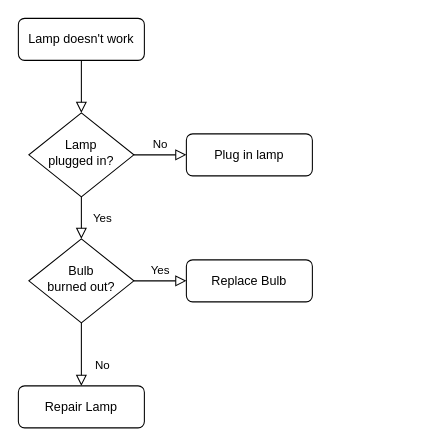
jongoh-lee/philo keeps this draw.io diagram as philo_bonus/철학자 보너스.drawio. Above is the earlier version. Source tidied: cells renumbered, new cells numbered last; positions are measured from the earlier drawing's top-left corner, leaving out a move shared by most shapes. Both pictures are drawn from the tidied source at 105%, with x=0, y=0 at pixel (18, 18).
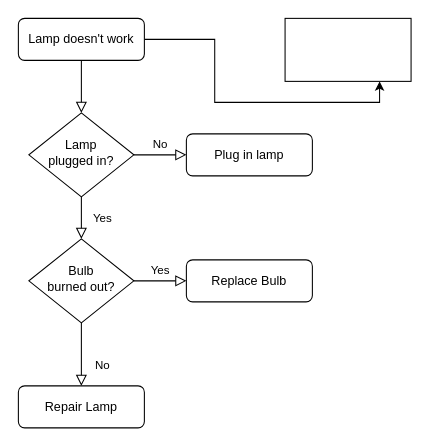
The same diagram, later.

Commit message:
철학자 보너스.drawio 업데이트

Diff of the diagram source:
```diff
@@
 <mxGraphModel>
   <root>
     <mxCell id="0" />
     <mxCell id="1" parent="0" />
     <mxCell id="2" style="rounded=0;html=1;jettySize=auto;fontSize=11;endArrow=block;endFill=0;endSize=8;strokeWidth=1;shadow=0;labelBackgroundColor=none;edgeStyle=orthogonalEdgeStyle;" parent="1" edge="1" source="3" target="6">
       <mxGeometry relative="1" as="geometry" />
     </mxCell>
+    <mxCell id="13" style="edgeStyle=orthogonalEdgeStyle;rounded=0;jettySize=auto;html=1;entryX=0.75;entryY=1;entryDx=0;entryDy=0;" parent="1" edge="1" source="3" target="14">
+      <mxGeometry relative="1" as="geometry" />
+    </mxCell>
     <mxCell id="3" value="Lamp doesn't work" style="rounded=1;whiteSpace=wrap;html=1;fontSize=12;glass=0;strokeWidth=1;shadow=0;" parent="1" vertex="1">
       <mxGeometry width="120" height="40" as="geometry" />
     </mxCell>
     <mxCell id="4" value="Yes" style="rounded=0;html=1;jettySize=auto;fontSize=11;endArrow=block;endFill=0;endSize=8;strokeWidth=1;shadow=0;labelBackgroundColor=none;edgeStyle=orthogonalEdgeStyle;" parent="1" edge="1" source="6" target="10">
       <mxGeometry y="20" relative="1" as="geometry" />
     </mxCell>
     <mxCell id="5" value="No" style="edgeStyle=orthogonalEdgeStyle;rounded=0;html=1;jettySize=auto;fontSize=11;endArrow=block;endFill=0;endSize=8;strokeWidth=1;shadow=0;labelBackgroundColor=none;" parent="1" edge="1" source="6" target="7">
       <mxGeometry y="10" relative="1" as="geometry" />
     </mxCell>
     <mxCell id="6" value="Lamp&lt;br&gt;plugged in?" style="rhombus;whiteSpace=wrap;html=1;shadow=0;fontFamily=Helvetica;fontSize=12;align=center;strokeWidth=1;spacing=6;spacingTop=-4;" parent="1" vertex="1">
       <mxGeometry x="10" y="90" width="100" height="80" as="geometry" />
     </mxCell>
     <mxCell id="7" value="Plug in lamp" style="rounded=1;whiteSpace=wrap;html=1;fontSize=12;glass=0;strokeWidth=1;shadow=0;" parent="1" vertex="1">
       <mxGeometry x="160" y="110" width="120" height="40" as="geometry" />
     </mxCell>
     <mxCell id="8" value="No" style="rounded=0;html=1;jettySize=auto;fontSize=11;endArrow=block;endFill=0;endSize=8;strokeWidth=1;shadow=0;labelBackgroundColor=none;edgeStyle=orthogonalEdgeStyle;" parent="1" edge="1" source="10" target="11">
       <mxGeometry x="0.33" y="20" relative="1" as="geometry" />
     </mxCell>
     <mxCell id="9" value="Yes" style="edgeStyle=orthogonalEdgeStyle;rounded=0;html=1;jettySize=auto;fontSize=11;endArrow=block;endFill=0;endSize=8;strokeWidth=1;shadow=0;labelBackgroundColor=none;" parent="1" edge="1" source="10" target="12">
       <mxGeometry y="10" relative="1" as="geometry" />
     </mxCell>
     <mxCell id="10" value="Bulb&lt;br&gt;burned out?" style="rhombus;whiteSpace=wrap;html=1;shadow=0;fontFamily=Helvetica;fontSize=12;align=center;strokeWidth=1;spacing=6;spacingTop=-4;" parent="1" vertex="1">
       <mxGeometry x="10" y="210" width="100" height="80" as="geometry" />
     </mxCell>
     <mxCell id="11" value="Repair Lamp" style="rounded=1;whiteSpace=wrap;html=1;fontSize=12;glass=0;strokeWidth=1;shadow=0;" parent="1" vertex="1">
       <mxGeometry y="350" width="120" height="40" as="geometry" />
     </mxCell>
     <mxCell id="12" value="Replace Bulb" style="rounded=1;whiteSpace=wrap;html=1;fontSize=12;glass=0;strokeWidth=1;shadow=0;" parent="1" vertex="1">
       <mxGeometry x="160" y="230" width="120" height="40" as="geometry" />
     </mxCell>
+    <mxCell id="14" style="whiteSpace=wrap;html=1;" parent="1" vertex="1">
+      <mxGeometry x="254" width="120" height="60" as="geometry" />
+    </mxCell>
   </root>
 </mxGraphModel>
```
